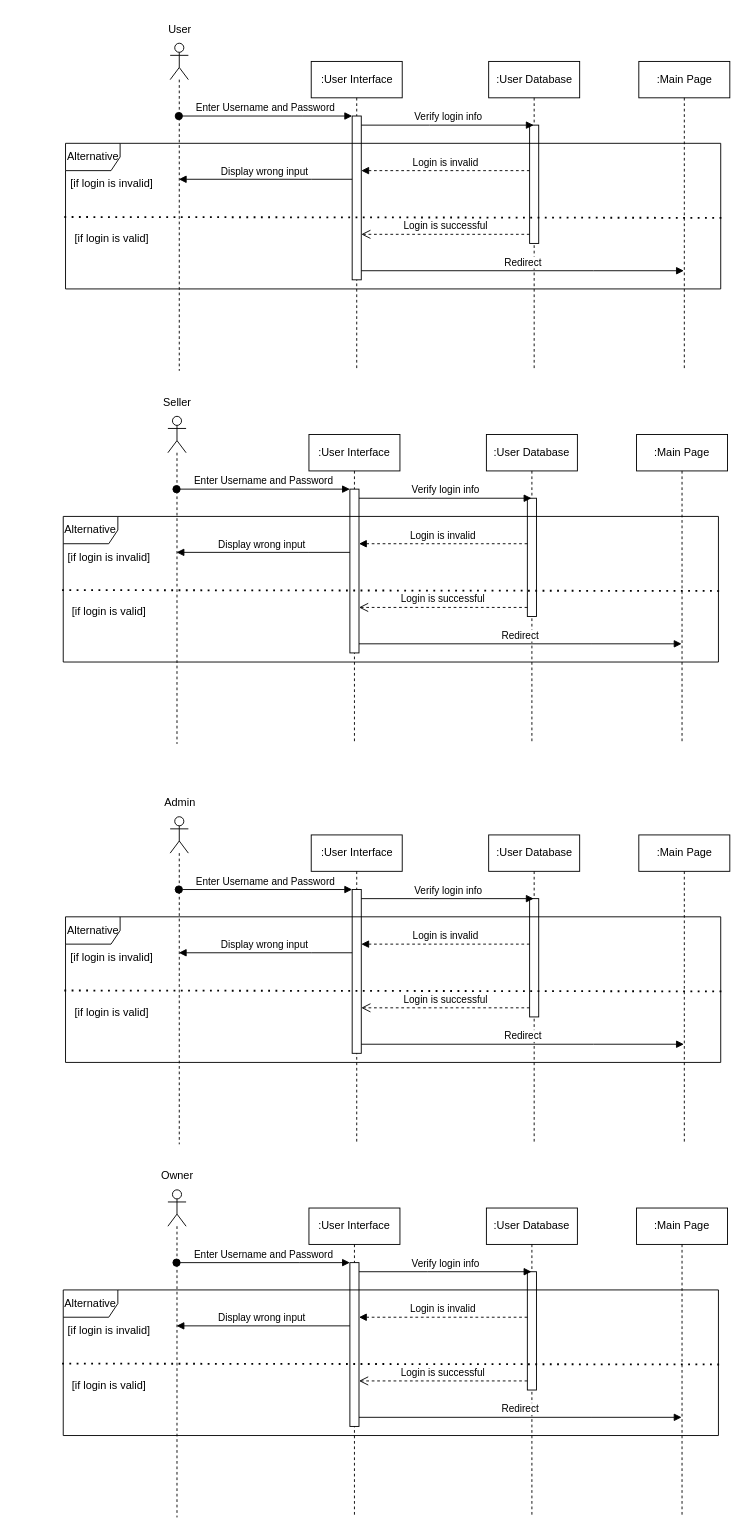
Above: Login Sequence Diagram.drawio in adl409/SE-project-Group-5 (draw.io), before the change. Source tidied: cells renumbered, new cells numbered last; positions are measured from the earlier drawing's top-left corner, leaving out a move shared by most shapes. Both pictures are drawn from the tidied source at 91%, with x=0, y=0 at pixel (58, 15).
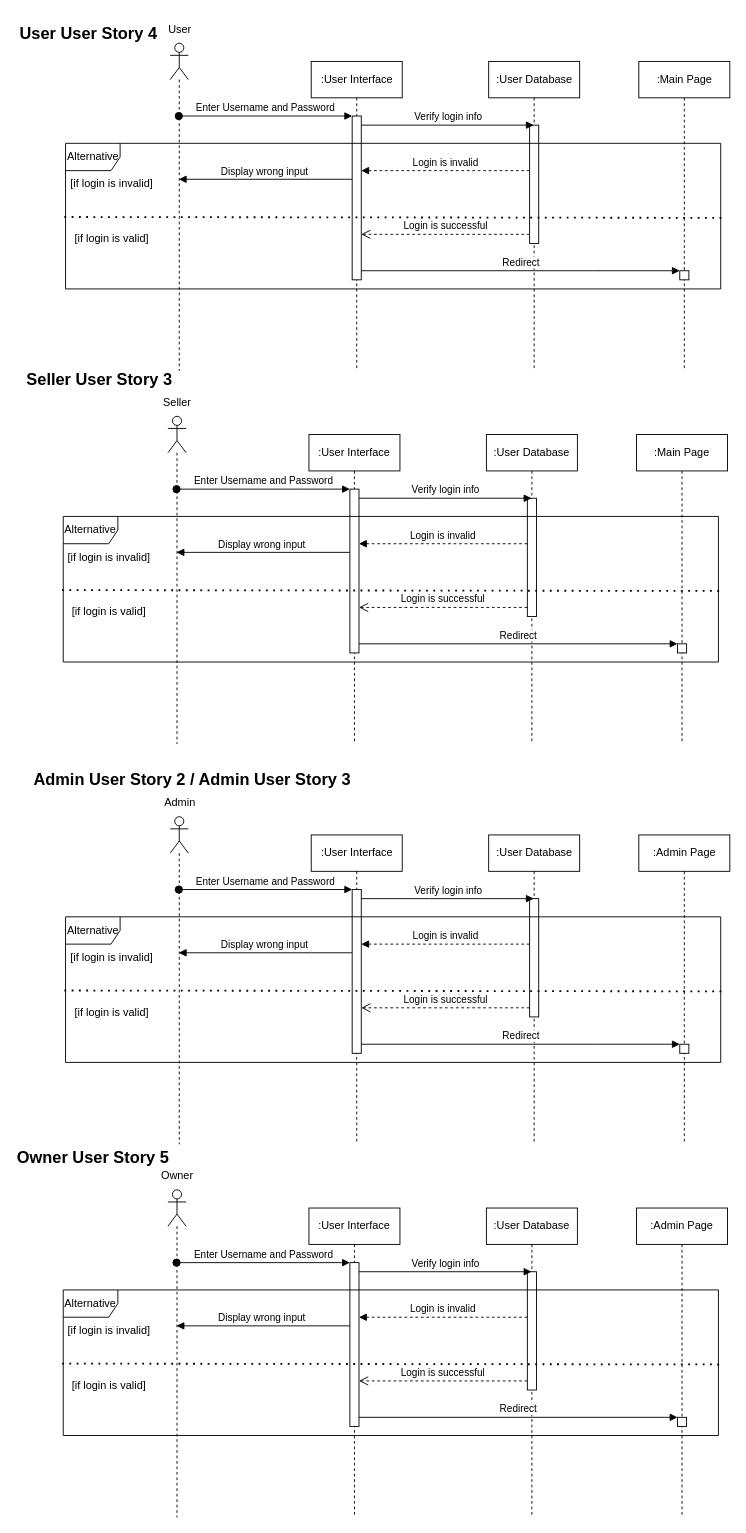
The same diagram, later.

The change refers to these unchanged cells:
```xml
<mxCell id="3" style="html=1;points=[];perimeter=orthogonalPerimeter;outlineConnect=0;targetShapes=umlLifeline;portConstraint=eastwest;newEdgeStyle={&quot;edgeStyle&quot;:&quot;elbowEdgeStyle&quot;,&quot;elbow&quot;:&quot;vertical&quot;,&quot;curved&quot;:0,&quot;rounded&quot;:0};" parent="2" vertex="1">
  <mxGeometry x="45" y="60" width="10" height="180" as="geometry" />
</mxCell>
<mxCell id="13" value=":Main Page" style="shape=umlLifeline;perimeter=lifelinePerimeter;whiteSpace=wrap;html=1;outlineConnect=0;portConstraint=eastwest;newEdgeStyle={&quot;edgeStyle&quot;:&quot;elbowEdgeStyle&quot;,&quot;elbow&quot;:&quot;vertical&quot;,&quot;curved&quot;:0,&quot;rounded&quot;:0};" parent="1" vertex="1">
  <mxGeometry x="637.5" y="50" width="100" height="340" as="geometry" />
</mxCell>
<mxCell id="20" style="html=1;points=[];perimeter=orthogonalPerimeter;outlineConnect=0;targetShapes=umlLifeline;portConstraint=eastwest;newEdgeStyle={&quot;edgeStyle&quot;:&quot;elbowEdgeStyle&quot;,&quot;elbow&quot;:&quot;vertical&quot;,&quot;curved&quot;:0,&quot;rounded&quot;:0};" parent="19" vertex="1">
  <mxGeometry x="45" y="60" width="10" height="180" as="geometry" />
</mxCell>
<mxCell id="30" value=":Main Page" style="shape=umlLifeline;perimeter=lifelinePerimeter;whiteSpace=wrap;html=1;outlineConnect=0;portConstraint=eastwest;newEdgeStyle={&quot;edgeStyle&quot;:&quot;elbowEdgeStyle&quot;,&quot;elbow&quot;:&quot;vertical&quot;,&quot;curved&quot;:0,&quot;rounded&quot;:0};" parent="1" vertex="1">
  <mxGeometry x="635" y="460" width="100" height="340" as="geometry" />
</mxCell>
<mxCell id="37" style="html=1;points=[];perimeter=orthogonalPerimeter;outlineConnect=0;targetShapes=umlLifeline;portConstraint=eastwest;newEdgeStyle={&quot;edgeStyle&quot;:&quot;elbowEdgeStyle&quot;,&quot;elbow&quot;:&quot;vertical&quot;,&quot;curved&quot;:0,&quot;rounded&quot;:0};" parent="36" vertex="1">
  <mxGeometry x="45" y="60" width="10" height="180" as="geometry" />
</mxCell>
<mxCell id="54" style="html=1;points=[];perimeter=orthogonalPerimeter;outlineConnect=0;targetShapes=umlLifeline;portConstraint=eastwest;newEdgeStyle={&quot;edgeStyle&quot;:&quot;elbowEdgeStyle&quot;,&quot;elbow&quot;:&quot;vertical&quot;,&quot;curved&quot;:0,&quot;rounded&quot;:0};" parent="53" vertex="1">
  <mxGeometry x="45" y="60" width="10" height="180" as="geometry" />
</mxCell>
```

Diff of the diagram source:
```diff
@@
-    <mxCell id="14" value="Redirect" style="html=1;verticalAlign=bottom;endArrow=block;edgeStyle=elbowEdgeStyle;elbow=vertical;curved=0;rounded=0;" parent="1" edge="1" source="3" target="13">
+    <mxCell id="14" value="Redirect" style="html=1;verticalAlign=bottom;endArrow=block;edgeStyle=elbowEdgeStyle;elbow=vertical;curved=0;rounded=0;" parent="1" edge="1" source="3" target="77">
       <mxGeometry relative="1" as="geometry">
         <Array as="points">
           <mxPoint x="587.5" y="280" />
           <mxPoint x="537.5" y="270" />
           <mxPoint x="587.5" y="330" />
           <mxPoint x="437.5" y="350" />
           <mxPoint x="387.5" y="320" />
           <mxPoint x="432.5" y="320" />
           <mxPoint x="722.5" y="350" />
         </Array>
       </mxGeometry>
     </mxCell>
@@
+    <mxCell id="70" style="html=1;points=[];perimeter=orthogonalPerimeter;outlineConnect=0;targetShapes=umlLifeline;portConstraint=eastwest;newEdgeStyle={&quot;edgeStyle&quot;:&quot;elbowEdgeStyle&quot;,&quot;elbow&quot;:&quot;vertical&quot;,&quot;curved&quot;:0,&quot;rounded&quot;:0};" parent="30" vertex="1">
+      <mxGeometry x="45" y="230" width="10" height="10" as="geometry" />
+    </mxCell>
-    <mxCell id="31" value="Redirect" style="html=1;verticalAlign=bottom;endArrow=block;edgeStyle=elbowEdgeStyle;elbow=vertical;curved=0;rounded=0;" parent="1" edge="1" source="20" target="30">
+    <mxCell id="31" value="Redirect" style="html=1;verticalAlign=bottom;endArrow=block;edgeStyle=elbowEdgeStyle;elbow=vertical;curved=0;rounded=0;" parent="1" edge="1" source="20" target="70">
       <mxGeometry relative="1" as="geometry">
         <Array as="points">
           <mxPoint x="585" y="690" />
           <mxPoint x="535" y="680" />
           <mxPoint x="585" y="740" />
           <mxPoint x="435" y="760" />
           <mxPoint x="385" y="730" />
           <mxPoint x="430" y="730" />
           <mxPoint x="720" y="760" />
         </Array>
       </mxGeometry>
     </mxCell>
@@
-    <mxCell id="47" value=":Main Page" style="shape=umlLifeline;perimeter=lifelinePerimeter;whiteSpace=wrap;html=1;outlineConnect=0;portConstraint=eastwest;newEdgeStyle={&quot;edgeStyle&quot;:&quot;elbowEdgeStyle&quot;,&quot;elbow&quot;:&quot;vertical&quot;,&quot;curved&quot;:0,&quot;rounded&quot;:0};" parent="1" vertex="1">
+    <mxCell id="47" value=":Admin Page" style="shape=umlLifeline;perimeter=lifelinePerimeter;whiteSpace=wrap;html=1;outlineConnect=0;portConstraint=eastwest;newEdgeStyle={&quot;edgeStyle&quot;:&quot;elbowEdgeStyle&quot;,&quot;elbow&quot;:&quot;vertical&quot;,&quot;curved&quot;:0,&quot;rounded&quot;:0};" parent="1" vertex="1">
       <mxGeometry x="637.5" y="900" width="100" height="340" as="geometry" />
     </mxCell>
-    <mxCell id="48" value="Redirect" style="html=1;verticalAlign=bottom;endArrow=block;edgeStyle=elbowEdgeStyle;elbow=vertical;curved=0;rounded=0;" parent="1" edge="1" source="37" target="47">
+    <mxCell id="48" value="Redirect" style="html=1;verticalAlign=bottom;endArrow=block;edgeStyle=elbowEdgeStyle;elbow=vertical;curved=0;rounded=0;" parent="1" edge="1" source="37" target="76">
       <mxGeometry relative="1" as="geometry">
         <Array as="points">
           <mxPoint x="587.5" y="1130" />
           <mxPoint x="537.5" y="1120" />
           <mxPoint x="587.5" y="1180" />
           <mxPoint x="437.5" y="1200" />
           <mxPoint x="387.5" y="1170" />
           <mxPoint x="432.5" y="1170" />
           <mxPoint x="722.5" y="1200" />
         </Array>
       </mxGeometry>
     </mxCell>
@@
-    <mxCell id="64" value=":Main Page" style="shape=umlLifeline;perimeter=lifelinePerimeter;whiteSpace=wrap;html=1;outlineConnect=0;portConstraint=eastwest;newEdgeStyle={&quot;edgeStyle&quot;:&quot;elbowEdgeStyle&quot;,&quot;elbow&quot;:&quot;vertical&quot;,&quot;curved&quot;:0,&quot;rounded&quot;:0};" parent="1" vertex="1">
+    <mxCell id="64" value=":Admin Page" style="shape=umlLifeline;perimeter=lifelinePerimeter;whiteSpace=wrap;html=1;outlineConnect=0;portConstraint=eastwest;newEdgeStyle={&quot;edgeStyle&quot;:&quot;elbowEdgeStyle&quot;,&quot;elbow&quot;:&quot;vertical&quot;,&quot;curved&quot;:0,&quot;rounded&quot;:0};" parent="1" vertex="1">
       <mxGeometry x="635" y="1310" width="100" height="340" as="geometry" />
     </mxCell>
+    <mxCell id="71" style="html=1;perimeter=orthogonalPerimeter;targetShapes=umlLifeline;newEdgeStyle={&quot;edgeStyle&quot;:&quot;elbowEdgeStyle&quot;,&quot;elbow&quot;:&quot;vertical&quot;,&quot;curved&quot;:0,&quot;rounded&quot;:0};" parent="64" vertex="1">
+      <mxGeometry x="45" y="230" width="10" height="10" as="geometry" />
+    </mxCell>
-    <mxCell id="65" value="Redirect" style="html=1;verticalAlign=bottom;endArrow=block;edgeStyle=elbowEdgeStyle;elbow=vertical;curved=0;rounded=0;" parent="1" edge="1" source="54" target="64">
+    <mxCell id="65" value="Redirect" style="html=1;verticalAlign=bottom;endArrow=block;edgeStyle=elbowEdgeStyle;elbow=vertical;curved=0;rounded=0;" parent="1" edge="1" source="54">
       <mxGeometry relative="1" as="geometry">
+        <mxPoint x="680" y="1540" as="targetPoint" />
         <Array as="points">
           <mxPoint x="585" y="1540" />
           <mxPoint x="535" y="1530" />
           <mxPoint x="585" y="1590" />
           <mxPoint x="435" y="1610" />
           <mxPoint x="385" y="1580" />
           <mxPoint x="430" y="1580" />
           <mxPoint x="720" y="1610" />
         </Array>
       </mxGeometry>
     </mxCell>
@@
+    <mxCell id="72" value="&lt;font style=&quot;font-size: 18px;&quot;&gt;User User Story 4&lt;/font&gt;" style="text;strokeColor=none;align=center;fillColor=none;html=1;verticalAlign=middle;whiteSpace=wrap;rounded=0;fontStyle=1;" parent="1" vertex="1">
+      <mxGeometry x="-47.5" y="10" width="160" height="20" as="geometry" />
+    </mxCell>
+    <mxCell id="73" value="&lt;font style=&quot;font-size: 18px;&quot;&gt;Seller User Story 3&lt;/font&gt;" style="text;strokeColor=none;align=center;fillColor=none;html=1;verticalAlign=middle;whiteSpace=wrap;rounded=0;fontStyle=1;" parent="1" vertex="1">
+      <mxGeometry x="-40" y="390" width="170" height="20" as="geometry" />
+    </mxCell>
+    <mxCell id="74" value="&lt;font style=&quot;font-size: 18px;&quot;&gt;Admin User Story 2 / Admin User Story 3&lt;/font&gt;" style="text;strokeColor=none;align=center;fillColor=none;html=1;verticalAlign=middle;whiteSpace=wrap;rounded=0;fontStyle=1;" parent="1" vertex="1">
+      <mxGeometry x="-47.5" y="830" width="387.5" height="20" as="geometry" />
+    </mxCell>
+    <mxCell id="75" value="&lt;font style=&quot;font-size: 18px;&quot;&gt;Owner User Story 5&lt;/font&gt;" style="text;strokeColor=none;align=center;fillColor=none;html=1;verticalAlign=middle;whiteSpace=wrap;rounded=0;fontStyle=1;" parent="1" vertex="1">
+      <mxGeometry x="-47.5" y="1250" width="170" height="10" as="geometry" />
+    </mxCell>
+    <mxCell id="76" style="html=1;points=[];perimeter=orthogonalPerimeter;outlineConnect=0;targetShapes=umlLifeline;portConstraint=eastwest;newEdgeStyle={&quot;edgeStyle&quot;:&quot;elbowEdgeStyle&quot;,&quot;elbow&quot;:&quot;vertical&quot;,&quot;curved&quot;:0,&quot;rounded&quot;:0};" parent="1" vertex="1">
+      <mxGeometry x="682.5" y="1130" width="10" height="10" as="geometry" />
+    </mxCell>
+    <mxCell id="77" style="html=1;points=[];perimeter=orthogonalPerimeter;outlineConnect=0;targetShapes=umlLifeline;portConstraint=eastwest;newEdgeStyle={&quot;edgeStyle&quot;:&quot;elbowEdgeStyle&quot;,&quot;elbow&quot;:&quot;vertical&quot;,&quot;curved&quot;:0,&quot;rounded&quot;:0};" parent="1" vertex="1">
+      <mxGeometry x="682.5" y="280" width="10" height="10" as="geometry" />
+    </mxCell>
```
